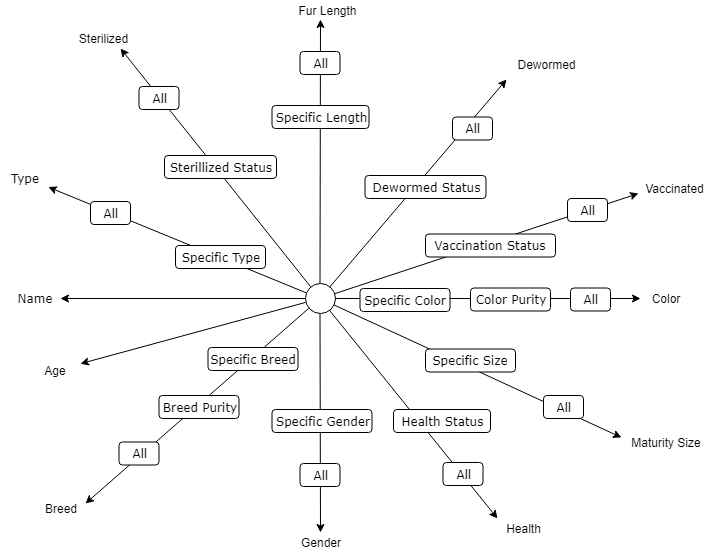
brucehow/cits3401-project keeps this draw.io diagram as resources/starnet/starnet.png. Above is the earlier version. Source tidied: cells renumbered, new cells last; positions are measured from the earlier drawing's top-left corner, leaving out a move shared by most shapes. The source it was exported from:
```xml
<mxGraphModel background="#ffffff">
  <root>
    <mxCell id="0" />
    <mxCell id="1" parent="0" />
    <mxCell id="2" style="edgeStyle=none;rounded=0;jettySize=auto;html=0;entryX=0.964;entryY=0.983;entryDx=0;entryDy=0;endArrow=classic;endFill=1;fontColor=none;shadow=0;entryPerimeter=0;" parent="1" edge="1" source="6">
      <mxGeometry relative="1" as="geometry">
        <mxPoint x="47.9" y="186.6" as="targetPoint" />
      </mxGeometry>
    </mxCell>
    <mxCell id="3" style="edgeStyle=orthogonalEdgeStyle;jettySize=auto;html=1;strokeColor=none;rounded=0;" parent="1" edge="1" target="4">
      <mxGeometry relative="1" as="geometry">
        <mxPoint x="320.3" y="278" as="sourcePoint" />
      </mxGeometry>
    </mxCell>
    <mxCell id="4" value="All&lt;br&gt;" style="whiteSpace=wrap;html=1;rounded=1;shadow=0;labelBackgroundColor=none;strokeColor=#000000;strokeWidth=1;fillColor=#ffffff;fontFamily=Verdana;fontSize=12;fontColor=#000000;align=center;glass=0;" parent="1" vertex="1">
      <mxGeometry x="90" y="201" width="40" height="23" as="geometry" />
    </mxCell>
    <mxCell id="5" value="&lt;font face=&quot;Verdana&quot;&gt;Type&lt;br&gt;&lt;/font&gt;" style="text;html=1;strokeColor=none;fillColor=none;align=center;verticalAlign=middle;whiteSpace=wrap;rounded=0;" parent="1" vertex="1">
      <mxGeometry y="168" width="50" height="20" as="geometry" />
    </mxCell>
    <mxCell id="6" style="ellipse;whiteSpace=wrap;html=1;" parent="1" vertex="1">
      <mxGeometry x="304.5" y="283" width="30" height="30" as="geometry" />
    </mxCell>
    <mxCell id="7" value="Specific Type&lt;br&gt;" style="whiteSpace=wrap;html=1;rounded=1;shadow=0;labelBackgroundColor=none;strokeColor=#000000;strokeWidth=1;fillColor=#ffffff;fontFamily=Verdana;fontSize=12;fontColor=#000000;align=center;glass=0;" parent="1" vertex="1">
      <mxGeometry x="175" y="245" width="90" height="23" as="geometry" />
    </mxCell>
    <mxCell id="8" style="edgeStyle=none;rounded=0;jettySize=auto;html=0;endArrow=classic;endFill=1;fontColor=none;shadow=0;entryX=1;entryY=0.5;entryDx=0;entryDy=0;" parent="1" edge="1" source="6" target="9">
      <mxGeometry relative="1" as="geometry" />
    </mxCell>
    <mxCell id="9" value="&lt;font face=&quot;Verdana&quot;&gt;Name&lt;br&gt;&lt;/font&gt;" style="text;html=1;strokeColor=none;fillColor=none;align=center;verticalAlign=middle;whiteSpace=wrap;rounded=0;" parent="1" vertex="1">
      <mxGeometry x="10" y="287.5" width="50" height="20" as="geometry" />
    </mxCell>
    <mxCell id="10" value="Age&lt;br&gt;" style="text;html=1;strokeColor=none;fillColor=none;align=center;verticalAlign=middle;whiteSpace=wrap;rounded=0;" parent="1" vertex="1">
      <mxGeometry x="30" y="360" width="50" height="20" as="geometry" />
    </mxCell>
    <mxCell id="11" style="edgeStyle=none;rounded=0;jettySize=auto;html=0;endArrow=classic;endFill=1;fontColor=none;shadow=0;" parent="1" edge="1" source="6" target="10">
      <mxGeometry relative="1" as="geometry" />
    </mxCell>
    <mxCell id="12" value="Breed&lt;br&gt;" style="text;html=1;strokeColor=none;fillColor=none;align=center;verticalAlign=middle;whiteSpace=wrap;rounded=0;" parent="1" vertex="1">
      <mxGeometry x="35" y="498" width="50" height="20" as="geometry" />
    </mxCell>
    <mxCell id="13" style="edgeStyle=none;rounded=0;jettySize=auto;html=0;endArrow=classic;endFill=1;fontColor=none;shadow=0;entryX=1;entryY=0.25;entryDx=0;entryDy=0;" parent="1" edge="1" source="6" target="12">
      <mxGeometry relative="1" as="geometry" />
    </mxCell>
    <mxCell id="14" value="All&lt;br&gt;" style="whiteSpace=wrap;html=1;rounded=1;shadow=0;labelBackgroundColor=none;strokeColor=#000000;strokeWidth=1;fillColor=#ffffff;fontFamily=Verdana;fontSize=12;fontColor=#000000;align=center;glass=0;" parent="1" vertex="1">
      <mxGeometry x="118.5" y="441.5" width="40" height="23" as="geometry" />
    </mxCell>
    <mxCell id="15" value="Breed Purity&lt;br&gt;" style="whiteSpace=wrap;html=1;rounded=1;shadow=0;labelBackgroundColor=none;strokeColor=#000000;strokeWidth=1;fillColor=#ffffff;fontFamily=Verdana;fontSize=12;fontColor=#000000;align=center;glass=0;" parent="1" vertex="1">
      <mxGeometry x="158.5" y="395" width="80" height="23" as="geometry" />
    </mxCell>
    <mxCell id="16" value="Specific Breed" style="whiteSpace=wrap;html=1;rounded=1;shadow=0;labelBackgroundColor=none;strokeColor=#000000;strokeWidth=1;fillColor=#ffffff;fontFamily=Verdana;fontSize=12;fontColor=#000000;align=center;glass=0;" parent="1" vertex="1">
      <mxGeometry x="207.5" y="347" width="90" height="23" as="geometry" />
    </mxCell>
    <mxCell id="17" value="Gender&lt;br&gt;" style="text;html=1;strokeColor=none;fillColor=none;align=center;verticalAlign=middle;whiteSpace=wrap;rounded=0;" parent="1" vertex="1">
      <mxGeometry x="295" y="532" width="50" height="20" as="geometry" />
    </mxCell>
    <mxCell id="18" style="edgeStyle=none;rounded=0;jettySize=auto;html=0;endArrow=classic;endFill=1;fontColor=none;shadow=0;entryX=0.5;entryY=0;entryDx=0;entryDy=0;" parent="1" edge="1" source="6" target="17">
      <mxGeometry relative="1" as="geometry" />
    </mxCell>
    <mxCell id="19" value="All&lt;br&gt;" style="whiteSpace=wrap;html=1;rounded=1;shadow=0;labelBackgroundColor=none;strokeColor=#000000;strokeWidth=1;fillColor=#ffffff;fontFamily=Verdana;fontSize=12;fontColor=#000000;align=center;glass=0;" parent="1" vertex="1">
      <mxGeometry x="299.5" y="463" width="40" height="23" as="geometry" />
    </mxCell>
    <mxCell id="20" value="Specific Gender" style="whiteSpace=wrap;html=1;rounded=1;shadow=0;labelBackgroundColor=none;strokeColor=#000000;strokeWidth=1;fillColor=#ffffff;fontFamily=Verdana;fontSize=12;fontColor=#000000;align=center;glass=0;" parent="1" vertex="1">
      <mxGeometry x="271.5" y="409" width="100" height="23" as="geometry" />
    </mxCell>
    <mxCell id="21" value="Color&lt;br&gt;" style="text;html=1;strokeColor=none;fillColor=none;align=center;verticalAlign=middle;whiteSpace=wrap;rounded=0;" parent="1" vertex="1">
      <mxGeometry x="640" y="288" width="50" height="20" as="geometry" />
    </mxCell>
    <mxCell id="22" style="edgeStyle=none;rounded=0;jettySize=auto;html=0;endArrow=classic;endFill=1;fontColor=none;shadow=0;" parent="1" edge="1" source="6" target="21">
      <mxGeometry relative="1" as="geometry" />
    </mxCell>
    <mxCell id="23" value="All&lt;br&gt;" style="whiteSpace=wrap;html=1;rounded=1;shadow=0;labelBackgroundColor=none;strokeColor=#000000;strokeWidth=1;fillColor=#ffffff;fontFamily=Verdana;fontSize=12;fontColor=#000000;align=center;glass=0;" parent="1" vertex="1">
      <mxGeometry x="570" y="287.5" width="40" height="23" as="geometry" />
    </mxCell>
    <mxCell id="24" value="Color Purity&lt;br&gt;" style="whiteSpace=wrap;html=1;rounded=1;shadow=0;labelBackgroundColor=none;strokeColor=#000000;strokeWidth=1;fillColor=#ffffff;fontFamily=Verdana;fontSize=12;fontColor=#000000;align=center;glass=0;" parent="1" vertex="1">
      <mxGeometry x="470" y="287.5" width="80" height="23" as="geometry" />
    </mxCell>
    <mxCell id="25" value="Specific Color&lt;br&gt;" style="whiteSpace=wrap;html=1;rounded=1;shadow=0;labelBackgroundColor=none;strokeColor=#000000;strokeWidth=1;fillColor=#ffffff;fontFamily=Verdana;fontSize=12;fontColor=#000000;align=center;glass=0;" parent="1" vertex="1">
      <mxGeometry x="359.5" y="288" width="90" height="23" as="geometry" />
    </mxCell>
    <mxCell id="26" value="Maturity Size&lt;br&gt;" style="text;html=1;strokeColor=none;fillColor=none;align=center;verticalAlign=middle;whiteSpace=wrap;rounded=0;" parent="1" vertex="1">
      <mxGeometry x="621" y="431.5" width="90" height="20" as="geometry" />
    </mxCell>
    <mxCell id="27" style="edgeStyle=none;rounded=0;jettySize=auto;html=0;endArrow=classic;endFill=1;fontColor=none;shadow=0;entryX=0;entryY=0.25;entryDx=0;entryDy=0;" parent="1" edge="1" source="6" target="26">
      <mxGeometry relative="1" as="geometry" />
    </mxCell>
    <mxCell id="28" value="All&lt;br&gt;" style="whiteSpace=wrap;html=1;rounded=1;shadow=0;labelBackgroundColor=none;strokeColor=#000000;strokeWidth=1;fillColor=#ffffff;fontFamily=Verdana;fontSize=12;fontColor=#000000;align=center;glass=0;" parent="1" vertex="1">
      <mxGeometry x="543" y="395" width="40" height="23" as="geometry" />
    </mxCell>
    <mxCell id="29" value="Specific Size&lt;br&gt;" style="whiteSpace=wrap;html=1;rounded=1;shadow=0;labelBackgroundColor=none;strokeColor=#000000;strokeWidth=1;fillColor=#ffffff;fontFamily=Verdana;fontSize=12;fontColor=#000000;align=center;glass=0;" parent="1" vertex="1">
      <mxGeometry x="425" y="348.5" width="90" height="23" as="geometry" />
    </mxCell>
    <mxCell id="30" value="Fur Length" style="text;html=1;strokeColor=none;fillColor=none;align=center;verticalAlign=middle;whiteSpace=wrap;rounded=0;" parent="1" vertex="1">
      <mxGeometry x="290.5" width="73" height="20" as="geometry" />
    </mxCell>
    <mxCell id="31" style="edgeStyle=none;rounded=0;jettySize=auto;html=0;endArrow=classic;endFill=1;fontColor=none;shadow=0;entryX=0.41;entryY=0.964;entryDx=0;entryDy=0;entryPerimeter=0;" parent="1" edge="1" source="6" target="30">
      <mxGeometry relative="1" as="geometry" />
    </mxCell>
    <mxCell id="32" value="All&lt;br&gt;" style="whiteSpace=wrap;html=1;rounded=1;shadow=0;labelBackgroundColor=none;strokeColor=#000000;strokeWidth=1;fillColor=#ffffff;fontFamily=Verdana;fontSize=12;fontColor=#000000;align=center;glass=0;" parent="1" vertex="1">
      <mxGeometry x="299.5" y="51" width="40" height="23" as="geometry" />
    </mxCell>
    <mxCell id="33" value="Specific Length&lt;br&gt;" style="whiteSpace=wrap;html=1;rounded=1;shadow=0;labelBackgroundColor=none;strokeColor=#000000;strokeWidth=1;fillColor=#ffffff;fontFamily=Verdana;fontSize=12;fontColor=#000000;align=center;glass=0;" parent="1" vertex="1">
      <mxGeometry x="271.5" y="105" width="97" height="23" as="geometry" />
    </mxCell>
    <mxCell id="34" value="Vaccinated" style="text;html=1;strokeColor=none;fillColor=none;align=center;verticalAlign=middle;whiteSpace=wrap;rounded=0;" parent="1" vertex="1">
      <mxGeometry x="638" y="178" width="73" height="20" as="geometry" />
    </mxCell>
    <mxCell id="35" style="edgeStyle=none;rounded=0;jettySize=auto;html=0;endArrow=classic;endFill=1;fontColor=none;shadow=0;entryX=0;entryY=0.75;entryDx=0;entryDy=0;" parent="1" edge="1" source="6" target="34">
      <mxGeometry relative="1" as="geometry" />
    </mxCell>
    <mxCell id="36" value="All&lt;br&gt;" style="whiteSpace=wrap;html=1;rounded=1;shadow=0;labelBackgroundColor=none;strokeColor=#000000;strokeWidth=1;fillColor=#ffffff;fontFamily=Verdana;fontSize=12;fontColor=#000000;align=center;glass=0;" parent="1" vertex="1">
      <mxGeometry x="567" y="198" width="40" height="23" as="geometry" />
    </mxCell>
    <mxCell id="37" value="Vaccination Status" style="whiteSpace=wrap;html=1;rounded=1;shadow=0;labelBackgroundColor=none;strokeColor=#000000;strokeWidth=1;fillColor=#ffffff;fontFamily=Verdana;fontSize=12;fontColor=#000000;align=center;glass=0;" parent="1" vertex="1">
      <mxGeometry x="425" y="233.5" width="130" height="23" as="geometry" />
    </mxCell>
    <mxCell id="38" value="Dewormed" style="text;html=1;strokeColor=none;fillColor=none;align=center;verticalAlign=middle;whiteSpace=wrap;rounded=0;" parent="1" vertex="1">
      <mxGeometry x="510" y="54" width="73" height="20" as="geometry" />
    </mxCell>
    <mxCell id="39" style="edgeStyle=none;rounded=0;jettySize=auto;html=0;endArrow=classic;endFill=1;fontColor=none;shadow=0;entryX=-0.057;entryY=1.225;entryDx=0;entryDy=0;entryPerimeter=0;" parent="1" edge="1" source="6" target="38">
      <mxGeometry relative="1" as="geometry" />
    </mxCell>
    <mxCell id="40" value="All&lt;br&gt;" style="whiteSpace=wrap;html=1;rounded=1;shadow=0;labelBackgroundColor=none;strokeColor=#000000;strokeWidth=1;fillColor=#ffffff;fontFamily=Verdana;fontSize=12;fontColor=#000000;align=center;glass=0;" parent="1" vertex="1">
      <mxGeometry x="452" y="116.5" width="40" height="23" as="geometry" />
    </mxCell>
    <mxCell id="41" value="Dewormed Status&lt;br&gt;" style="whiteSpace=wrap;html=1;rounded=1;shadow=0;labelBackgroundColor=none;strokeColor=#000000;strokeWidth=1;fillColor=#ffffff;fontFamily=Verdana;fontSize=12;fontColor=#000000;align=center;glass=0;" parent="1" vertex="1">
      <mxGeometry x="364.5" y="175" width="121" height="23" as="geometry" />
    </mxCell>
    <mxCell id="42" value="Sterilized" style="text;html=1;strokeColor=none;fillColor=none;align=center;verticalAlign=middle;whiteSpace=wrap;rounded=0;" parent="1" vertex="1">
      <mxGeometry x="65.5" y="28" width="73" height="20" as="geometry" />
    </mxCell>
    <mxCell id="43" style="edgeStyle=none;rounded=0;jettySize=auto;html=0;endArrow=classic;endFill=1;fontColor=none;shadow=0;entryX=0.75;entryY=1;entryDx=0;entryDy=0;" parent="1" edge="1" source="6" target="42">
      <mxGeometry relative="1" as="geometry" />
    </mxCell>
    <mxCell id="44" value="All&lt;br&gt;" style="whiteSpace=wrap;html=1;rounded=1;shadow=0;labelBackgroundColor=none;strokeColor=#000000;strokeWidth=1;fillColor=#ffffff;fontFamily=Verdana;fontSize=12;fontColor=#000000;align=center;glass=0;" parent="1" vertex="1">
      <mxGeometry x="138.5" y="86" width="40" height="23" as="geometry" />
    </mxCell>
    <mxCell id="45" value="Sterillized Status&lt;br&gt;" style="whiteSpace=wrap;html=1;rounded=1;shadow=0;labelBackgroundColor=none;strokeColor=#000000;strokeWidth=1;fillColor=#ffffff;fontFamily=Verdana;fontSize=12;fontColor=#000000;align=center;glass=0;" parent="1" vertex="1">
      <mxGeometry x="164" y="155" width="112" height="23" as="geometry" />
    </mxCell>
    <mxCell id="46" value="Health" style="text;html=1;strokeColor=none;fillColor=none;align=center;verticalAlign=middle;whiteSpace=wrap;rounded=0;" parent="1" vertex="1">
      <mxGeometry x="497" y="518" width="53" height="20" as="geometry" />
    </mxCell>
    <mxCell id="47" style="edgeStyle=none;rounded=0;jettySize=auto;html=0;endArrow=classic;endFill=1;fontColor=none;shadow=0;entryX=0;entryY=-0.025;entryDx=0;entryDy=0;entryPerimeter=0;" parent="1" edge="1" source="6" target="46">
      <mxGeometry relative="1" as="geometry" />
    </mxCell>
    <mxCell id="48" value="All&lt;br&gt;" style="whiteSpace=wrap;html=1;rounded=1;shadow=0;labelBackgroundColor=none;strokeColor=#000000;strokeWidth=1;fillColor=#ffffff;fontFamily=Verdana;fontSize=12;fontColor=#000000;align=center;glass=0;" parent="1" vertex="1">
      <mxGeometry x="442.5" y="462" width="40" height="23" as="geometry" />
    </mxCell>
    <mxCell id="49" value="Health Status&lt;br&gt;" style="whiteSpace=wrap;html=1;rounded=1;shadow=0;labelBackgroundColor=none;strokeColor=#000000;strokeWidth=1;fillColor=#ffffff;fontFamily=Verdana;fontSize=12;fontColor=#000000;align=center;glass=0;" parent="1" vertex="1">
      <mxGeometry x="393" y="409" width="97" height="23" as="geometry" />
    </mxCell>
  </root>
</mxGraphModel>
```
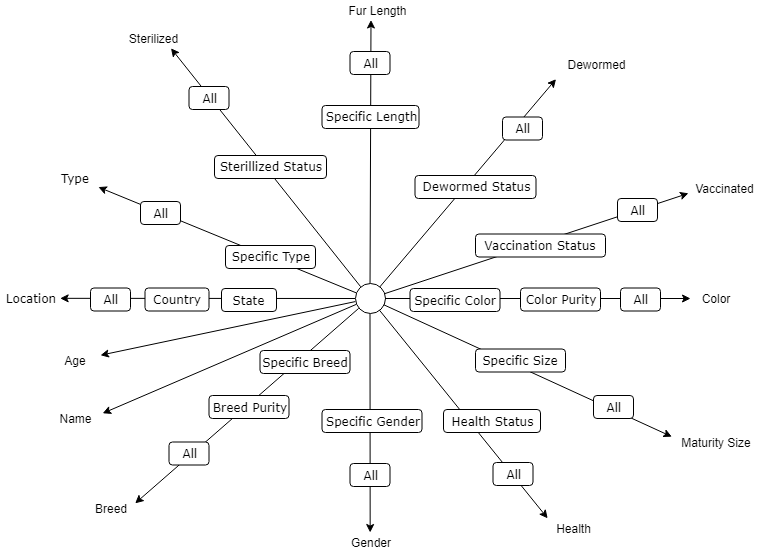
The same file after the commit.

Diff of the diagram source:
```diff
@@ -27,12 +27,15 @@
     <mxCell id="8" style="edgeStyle=none;rounded=0;jettySize=auto;html=0;endArrow=classic;endFill=1;fontColor=none;shadow=0;entryX=1;entryY=0.5;entryDx=0;entryDy=0;" parent="1" edge="1" source="6" target="9">
       <mxGeometry relative="1" as="geometry" />
     </mxCell>
-    <mxCell id="9" value="&lt;font face=&quot;Verdana&quot;&gt;Name&lt;br&gt;&lt;/font&gt;" style="text;html=1;strokeColor=none;fillColor=none;align=center;verticalAlign=middle;whiteSpace=wrap;rounded=0;" parent="1" vertex="1">
-      <mxGeometry x="10" y="287.5" width="50" height="20" as="geometry" />
+    <mxCell id="9" value="&lt;font face=&quot;Verdana&quot;&gt;Location&lt;br&gt;&lt;/font&gt;" style="text;html=1;strokeColor=none;fillColor=none;align=center;verticalAlign=middle;whiteSpace=wrap;rounded=0;" parent="1" vertex="1">
+      <mxGeometry x="-50" y="288" width="60" height="20" as="geometry" />
     </mxCell>
     <mxCell id="10" value="Age&lt;br&gt;" style="text;html=1;strokeColor=none;fillColor=none;align=center;verticalAlign=middle;whiteSpace=wrap;rounded=0;" parent="1" vertex="1">
-      <mxGeometry x="30" y="360" width="50" height="20" as="geometry" />
+      <mxGeometry y="350" width="50" height="20" as="geometry" />
     </mxCell>
+    <mxCell id="50" value="Name&lt;br&gt;" style="text;html=1;strokeColor=none;fillColor=none;align=center;verticalAlign=middle;whiteSpace=wrap;rounded=0;" parent="1" vertex="1">
+      <mxGeometry x="-2.5" y="408" width="55" height="20" as="geometry" />
+    </mxCell>
     <mxCell id="11" style="edgeStyle=none;rounded=0;jettySize=auto;html=0;endArrow=classic;endFill=1;fontColor=none;shadow=0;" parent="1" edge="1" source="6" target="10">
       <mxGeometry relative="1" as="geometry" />
     </mxCell>
@@ -49,7 +52,7 @@
       <mxGeometry x="158.5" y="395" width="80" height="23" as="geometry" />
     </mxCell>
     <mxCell id="16" value="Specific Breed" style="whiteSpace=wrap;html=1;rounded=1;shadow=0;labelBackgroundColor=none;strokeColor=#000000;strokeWidth=1;fillColor=#ffffff;fontFamily=Verdana;fontSize=12;fontColor=#000000;align=center;glass=0;" parent="1" vertex="1">
-      <mxGeometry x="207.5" y="347" width="90" height="23" as="geometry" />
+      <mxGeometry x="209.5" y="350" width="90" height="23" as="geometry" />
     </mxCell>
     <mxCell id="17" value="Gender&lt;br&gt;" style="text;html=1;strokeColor=none;fillColor=none;align=center;verticalAlign=middle;whiteSpace=wrap;rounded=0;" parent="1" vertex="1">
       <mxGeometry x="295" y="532" width="50" height="20" as="geometry" />
@@ -150,5 +153,17 @@
     <mxCell id="49" value="Health Status&lt;br&gt;" style="whiteSpace=wrap;html=1;rounded=1;shadow=0;labelBackgroundColor=none;strokeColor=#000000;strokeWidth=1;fillColor=#ffffff;fontFamily=Verdana;fontSize=12;fontColor=#000000;align=center;glass=0;" parent="1" vertex="1">
       <mxGeometry x="393" y="409" width="97" height="23" as="geometry" />
     </mxCell>
+    <mxCell id="51" style="edgeStyle=none;rounded=0;jettySize=auto;html=0;endArrow=classic;endFill=1;fontColor=none;shadow=0;entryX=1;entryY=0.25;entryDx=0;entryDy=0;" parent="1" edge="1" source="6" target="50">
+      <mxGeometry relative="1" as="geometry" />
+    </mxCell>
+    <mxCell id="52" value="All&lt;br&gt;" style="whiteSpace=wrap;html=1;rounded=1;shadow=0;labelBackgroundColor=none;strokeColor=#000000;strokeWidth=1;fillColor=#ffffff;fontFamily=Verdana;fontSize=12;fontColor=#000000;align=center;glass=0;" parent="1" vertex="1">
+      <mxGeometry x="40" y="287.5" width="40" height="23" as="geometry" />
+    </mxCell>
+    <mxCell id="53" value="Country" style="whiteSpace=wrap;html=1;rounded=1;shadow=0;labelBackgroundColor=none;strokeColor=#000000;strokeWidth=1;fillColor=#ffffff;fontFamily=Verdana;fontSize=12;fontColor=#000000;align=center;glass=0;" parent="1" vertex="1">
+      <mxGeometry x="94.5" y="287.5" width="64" height="23" as="geometry" />
+    </mxCell>
+    <mxCell id="54" value="State" style="whiteSpace=wrap;html=1;rounded=1;shadow=0;labelBackgroundColor=none;strokeColor=#000000;strokeWidth=1;fillColor=#ffffff;fontFamily=Verdana;fontSize=12;fontColor=#000000;align=center;glass=0;" parent="1" vertex="1">
+      <mxGeometry x="171" y="288" width="55" height="23" as="geometry" />
+    </mxCell>
   </root>
 </mxGraphModel>
```
